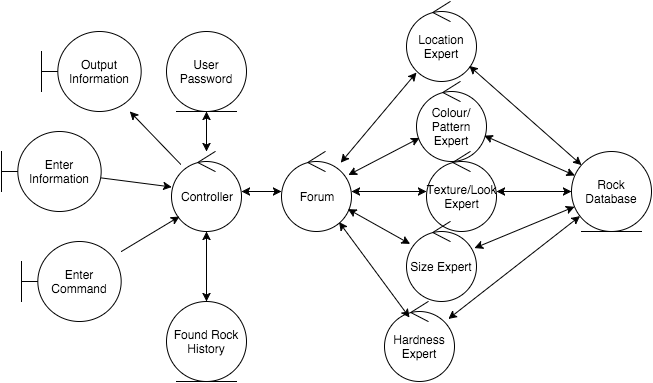
Above: doc/resources/AnalysisClassDiagram.png in EricLeFort/3AO4 (draw.io), before the change. Source tidied: cells renumbered, new cells last; positions are measured from the earlier drawing's top-left corner, leaving out a move shared by most shapes. Source of this version:
```xml
<mxGraphModel background="#ffffff">
  <root>
    <mxCell id="0" />
    <mxCell id="1" parent="0" />
    <mxCell id="2" value="User Password" style="ellipse;shape=umlEntity;whiteSpace=wrap;html=1;" parent="1" vertex="1">
      <mxGeometry x="165" y="30" width="80" height="80" as="geometry" />
    </mxCell>
    <mxCell id="3" value="Controller" style="ellipse;shape=umlControl;whiteSpace=wrap;html=1;" parent="1" vertex="1">
      <mxGeometry x="170" y="150" width="70" height="80" as="geometry" />
    </mxCell>
    <mxCell id="4" value="Forum" style="ellipse;shape=umlControl;whiteSpace=wrap;html=1;" parent="1" vertex="1">
      <mxGeometry x="280" y="150" width="70" height="80" as="geometry" />
    </mxCell>
    <mxCell id="5" value="Location Expert" style="ellipse;shape=umlControl;whiteSpace=wrap;html=1;" parent="1" vertex="1">
      <mxGeometry x="405" width="70" height="80" as="geometry" />
    </mxCell>
    <mxCell id="6" value="Output Information" style="shape=umlBoundary;whiteSpace=wrap;html=1;" parent="1" vertex="1">
      <mxGeometry x="40" y="30" width="100" height="80" as="geometry" />
    </mxCell>
    <mxCell id="7" value="Enter Command" style="shape=umlBoundary;whiteSpace=wrap;html=1;" parent="1" vertex="1">
      <mxGeometry x="20" y="240" width="100" height="80" as="geometry" />
    </mxCell>
    <mxCell id="8" value="Enter Information" style="shape=umlBoundary;whiteSpace=wrap;html=1;" parent="1" vertex="1">
      <mxGeometry y="130" width="100" height="80" as="geometry" />
    </mxCell>
    <mxCell id="9" value="Found Rock History" style="ellipse;shape=umlEntity;whiteSpace=wrap;html=1;" parent="1" vertex="1">
      <mxGeometry x="165" y="300" width="80" height="80" as="geometry" />
    </mxCell>
    <mxCell id="10" value="Colour/&lt;div&gt;Pattern Expert&lt;/div&gt;" style="ellipse;shape=umlControl;whiteSpace=wrap;html=1;" parent="1" vertex="1">
      <mxGeometry x="415" y="80" width="70" height="80" as="geometry" />
    </mxCell>
    <mxCell id="11" value="Texture/Look Expert" style="ellipse;shape=umlControl;whiteSpace=wrap;html=1;" parent="1" vertex="1">
      <mxGeometry x="425" y="150" width="70" height="80" as="geometry" />
    </mxCell>
    <mxCell id="12" value="Size Expert" style="ellipse;shape=umlControl;whiteSpace=wrap;html=1;" parent="1" vertex="1">
      <mxGeometry x="405" y="220" width="70" height="80" as="geometry" />
    </mxCell>
    <mxCell id="13" value="Hardness Expert" style="ellipse;shape=umlControl;whiteSpace=wrap;html=1;" parent="1" vertex="1">
      <mxGeometry x="383" y="300" width="70" height="80" as="geometry" />
    </mxCell>
    <mxCell id="14" style="endArrow=classic;html=1;strokeColor=#000000;" parent="1" edge="1" source="3" target="6">
      <mxGeometry relative="1" as="geometry" />
    </mxCell>
    <mxCell id="15" style="endArrow=classic;startArrow=classic;html=1;strokeColor=#000000;" parent="1" edge="1" source="3" target="2">
      <mxGeometry relative="1" as="geometry" />
    </mxCell>
    <mxCell id="16" style="endArrow=classic;html=1;strokeColor=#000000;" parent="1" edge="1" source="8" target="3">
      <mxGeometry x="168.3" y="120" as="geometry" />
    </mxCell>
    <mxCell id="17" style="endArrow=classic;html=1;strokeColor=#000000;entryX=0.114;entryY=0.813;entryPerimeter=0;" parent="1" edge="1" source="7" target="3">
      <mxGeometry x="178.3" y="130" as="geometry" />
    </mxCell>
    <mxCell id="18" style="endArrow=classic;startArrow=classic;html=1;strokeColor=#000000;" parent="1" edge="1" source="3" target="9">
      <mxGeometry x="245" y="120" as="geometry" />
    </mxCell>
    <mxCell id="19" style="endArrow=classic;startArrow=classic;html=1;strokeColor=#000000;" parent="1" edge="1" source="4" target="3">
      <mxGeometry x="255" y="130" as="geometry" />
    </mxCell>
    <mxCell id="20" value="Rock Database" style="ellipse;shape=umlEntity;whiteSpace=wrap;html=1;" parent="1" vertex="1">
      <mxGeometry x="570" y="150" width="80" height="80" as="geometry" />
    </mxCell>
    <mxCell id="21" style="endArrow=classic;startArrow=classic;html=1;strokeColor=#000000;" parent="1" edge="1" source="10" target="4">
      <mxGeometry x="300" y="140" as="geometry" />
    </mxCell>
    <mxCell id="22" style="endArrow=classic;startArrow=classic;html=1;strokeColor=#000000;exitX=0.143;exitY=0.888;exitPerimeter=0;" parent="1" edge="1" source="5" target="4">
      <mxGeometry x="310" y="150" as="geometry" />
    </mxCell>
    <mxCell id="23" style="endArrow=classic;startArrow=classic;html=1;strokeColor=#000000;" parent="1" edge="1" source="11" target="4">
      <mxGeometry x="310" y="150" as="geometry" />
    </mxCell>
    <mxCell id="24" style="endArrow=classic;startArrow=classic;html=1;strokeColor=#000000;" parent="1" edge="1" source="12" target="4">
      <mxGeometry x="320" y="160" as="geometry" />
    </mxCell>
    <mxCell id="25" style="endArrow=classic;startArrow=classic;html=1;strokeColor=#000000;exitX=0.357;exitY=0.2;exitPerimeter=0;" parent="1" edge="1" source="13" target="4">
      <mxGeometry x="330" y="170" as="geometry" />
    </mxCell>
    <mxCell id="26" style="endArrow=classic;startArrow=classic;html=1;strokeColor=#000000;" parent="1" edge="1" source="13" target="20">
      <mxGeometry x="305" y="180" as="geometry" />
    </mxCell>
    <mxCell id="27" style="endArrow=classic;startArrow=classic;html=1;strokeColor=#000000;" parent="1" edge="1" source="12" target="20">
      <mxGeometry x="315" y="190" as="geometry" />
    </mxCell>
    <mxCell id="28" style="endArrow=classic;startArrow=classic;html=1;strokeColor=#000000;" parent="1" edge="1" source="11" target="20">
      <mxGeometry x="325" y="200" as="geometry" />
    </mxCell>
    <mxCell id="29" style="endArrow=classic;startArrow=classic;html=1;strokeColor=#000000;" parent="1" edge="1" source="10" target="20">
      <mxGeometry x="335" y="210" as="geometry" />
    </mxCell>
    <mxCell id="30" style="endArrow=classic;startArrow=classic;html=1;strokeColor=#000000;" parent="1" edge="1" source="5" target="20">
      <mxGeometry x="345" y="220" as="geometry" />
    </mxCell>
  </root>
</mxGraphModel>
```
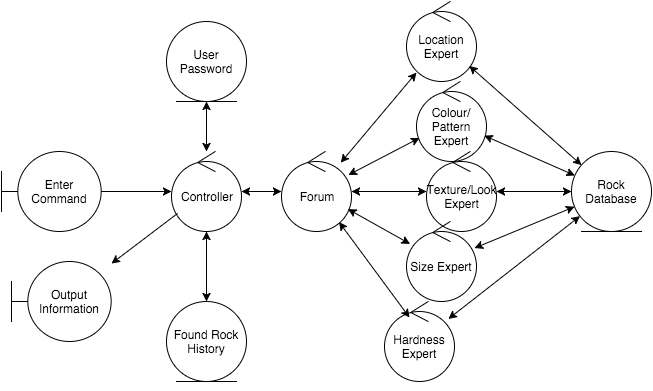
Later version of the same file.

Commit message:
Small changes onto the Analysis Class Diagram

What changed in the source:
```diff
@@ -3,7 +3,7 @@
     <mxCell id="0" />
     <mxCell id="1" parent="0" />
     <mxCell id="2" value="User Password" style="ellipse;shape=umlEntity;whiteSpace=wrap;html=1;" parent="1" vertex="1">
-      <mxGeometry x="165" y="30" width="80" height="80" as="geometry" />
+      <mxGeometry x="165" y="20" width="80" height="80" as="geometry" />
     </mxCell>
     <mxCell id="3" value="Controller" style="ellipse;shape=umlControl;whiteSpace=wrap;html=1;" parent="1" vertex="1">
       <mxGeometry x="170" y="150" width="70" height="80" as="geometry" />
@@ -15,14 +15,11 @@
       <mxGeometry x="405" width="70" height="80" as="geometry" />
     </mxCell>
     <mxCell id="6" value="Output Information" style="shape=umlBoundary;whiteSpace=wrap;html=1;" parent="1" vertex="1">
-      <mxGeometry x="40" y="30" width="100" height="80" as="geometry" />
+      <mxGeometry x="10" y="260" width="100" height="80" as="geometry" />
     </mxCell>
     <mxCell id="7" value="Enter Command" style="shape=umlBoundary;whiteSpace=wrap;html=1;" parent="1" vertex="1">
-      <mxGeometry x="20" y="240" width="100" height="80" as="geometry" />
+      <mxGeometry y="150" width="100" height="80" as="geometry" />
     </mxCell>
-    <mxCell id="8" value="Enter Information" style="shape=umlBoundary;whiteSpace=wrap;html=1;" parent="1" vertex="1">
-      <mxGeometry y="130" width="100" height="80" as="geometry" />
-    </mxCell>
     <mxCell id="9" value="Found Rock History" style="ellipse;shape=umlEntity;whiteSpace=wrap;html=1;" parent="1" vertex="1">
       <mxGeometry x="165" y="300" width="80" height="80" as="geometry" />
     </mxCell>
@@ -44,10 +41,7 @@
     <mxCell id="15" style="endArrow=classic;startArrow=classic;html=1;strokeColor=#000000;" parent="1" edge="1" source="3" target="2">
       <mxGeometry relative="1" as="geometry" />
     </mxCell>
-    <mxCell id="16" style="endArrow=classic;html=1;strokeColor=#000000;" parent="1" edge="1" source="8" target="3">
-      <mxGeometry x="168.3" y="120" as="geometry" />
-    </mxCell>
-    <mxCell id="17" style="endArrow=classic;html=1;strokeColor=#000000;entryX=0.114;entryY=0.813;entryPerimeter=0;" parent="1" edge="1" source="7" target="3">
+    <mxCell id="17" style="endArrow=classic;html=1;strokeColor=#000000;" parent="1" edge="1" source="7" target="3">
       <mxGeometry x="178.3" y="130" as="geometry" />
     </mxCell>
     <mxCell id="18" style="endArrow=classic;startArrow=classic;html=1;strokeColor=#000000;" parent="1" edge="1" source="3" target="9">
@@ -89,5 +83,8 @@
     <mxCell id="30" style="endArrow=classic;startArrow=classic;html=1;strokeColor=#000000;" parent="1" edge="1" source="5" target="20">
       <mxGeometry x="345" y="220" as="geometry" />
     </mxCell>
+    <mxCell id="31" style="edgeStyle=none;rounded=0;html=1;exitX=0.5;exitY=1;startArrow=classic;startFill=1;endArrow=none;endFill=0;jettySize=auto;orthogonalLoop=1;strokeColor=#000000;" parent="1" edge="1" source="9" target="9">
+      <mxGeometry relative="1" as="geometry" />
+    </mxCell>
   </root>
 </mxGraphModel>
```
